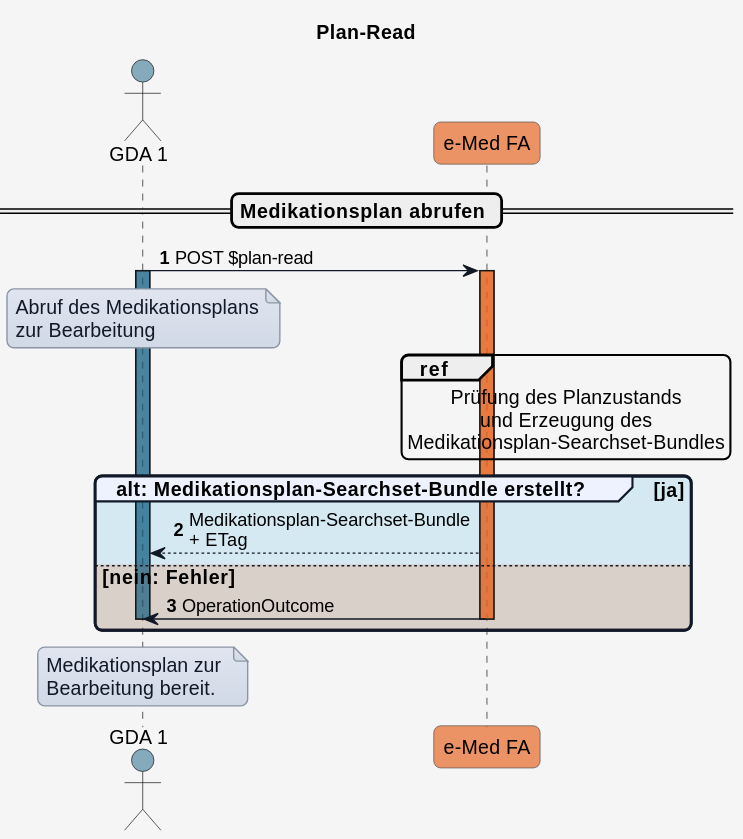
Before: r4-ELGA-e-Medikation-main/plantuml/UC_eMed_01_01.svg, a diagram exported from PlantUML (HL7Austria/hl7austria.github.io).
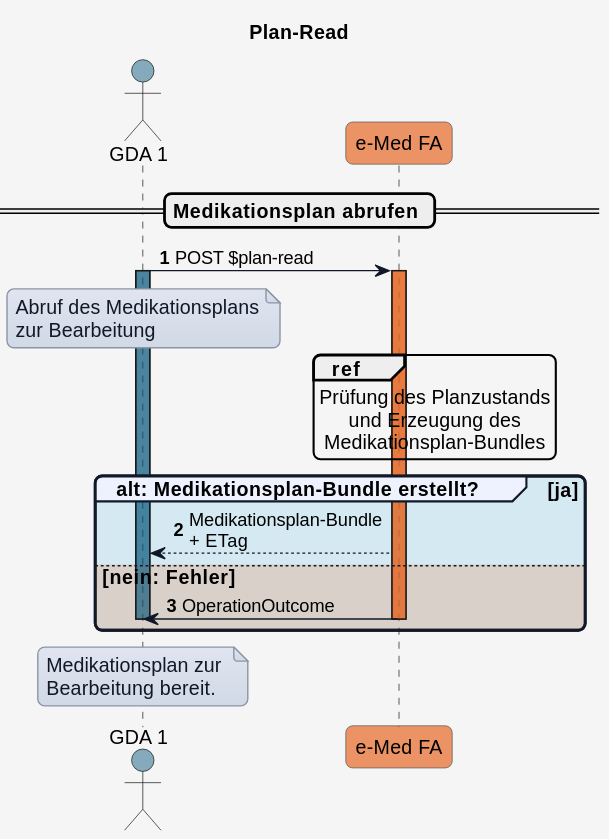
After the commit.

Diff of the diagram source:
```diff
@@ -71,11 +71,11 @@
 ref over eMed_FA
 Prüfung des Planzustands
 und Erzeugung des
-Medikationsplan-Searchset-Bundles
+Medikationsplan-Bundles
 end ref
 
-group COLOR_OK alt: Medikationsplan-Searchset-Bundle erstellt? [ja]
-  eMed_FA --> GDA_1: Medikationsplan-Searchset-Bundle\n+ ETag
+group COLOR_OK alt: Medikationsplan-Bundle erstellt? [ja]
+  eMed_FA --> GDA_1: Medikationsplan-Bundle\n+ ETag
 else COLOR_ERROR nein: Fehler
   eMed_FA -> GDA_1: OperationOutcome
   deactivate GDA_1
```
